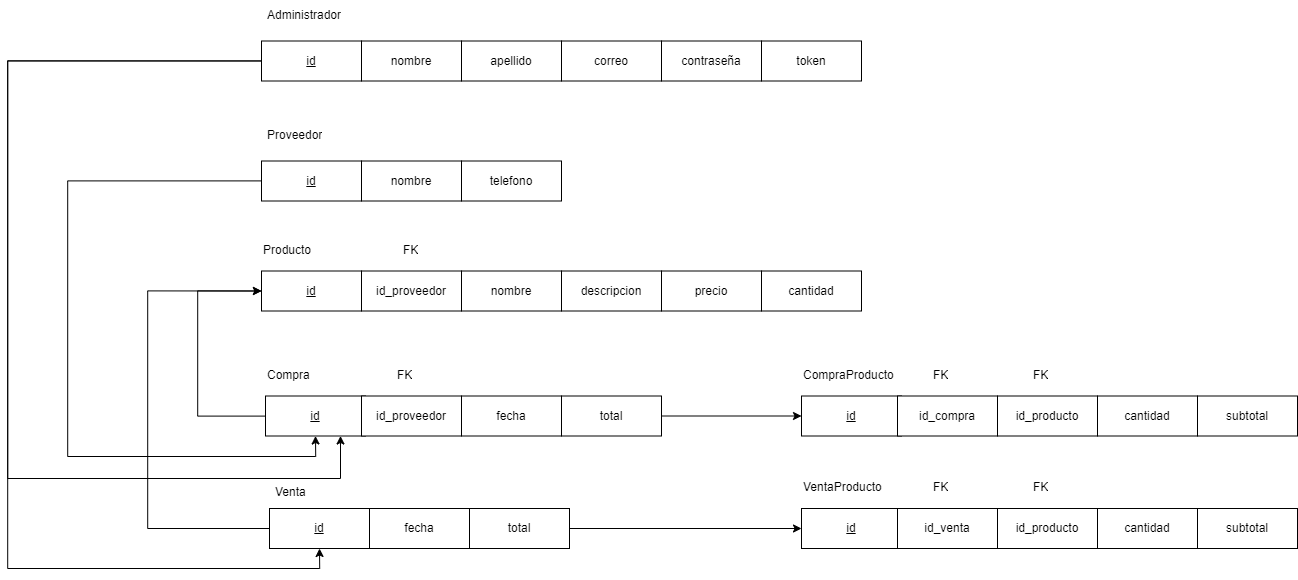
Tadeo-2404/FullStack-App-Vivero keeps this draw.io diagram as db_information/Modelo Relacional.png. Above is the earlier version. Source tidied: cells renumbered, new cells last; positions are measured from the earlier drawing's top-left corner, leaving out a move shared by most shapes. Its diagram source:
```xml
<mxGraphModel>
  <root>
    <mxCell id="0" />
    <mxCell id="1" parent="0" />
    <mxCell id="2" value="&lt;u&gt;id&lt;/u&gt;" style="rounded=0;whiteSpace=wrap;html=1;" parent="1" vertex="1">
      <mxGeometry x="254" y="270.5" width="100" height="40" as="geometry" />
    </mxCell>
    <mxCell id="3" value="Producto" style="text;strokeColor=none;fillColor=none;spacingLeft=4;spacingRight=4;overflow=hidden;fontSize=12;whiteSpace=wrap;html=1;" parent="1" vertex="1">
      <mxGeometry x="250" y="235.5" width="80" height="30" as="geometry" />
    </mxCell>
    <mxCell id="4" value="nombre" style="rounded=0;whiteSpace=wrap;html=1;" parent="1" vertex="1">
      <mxGeometry x="454" y="270.5" width="100" height="40" as="geometry" />
    </mxCell>
    <mxCell id="5" value="descripcion" style="rounded=0;whiteSpace=wrap;html=1;" parent="1" vertex="1">
      <mxGeometry x="554" y="270.5" width="100" height="40" as="geometry" />
    </mxCell>
    <mxCell id="6" value="precio" style="rounded=0;whiteSpace=wrap;html=1;" parent="1" vertex="1">
      <mxGeometry x="654" y="270.5" width="100" height="40" as="geometry" />
    </mxCell>
    <mxCell id="7" style="edgeStyle=orthogonalEdgeStyle;rounded=0;jettySize=auto;html=1;entryX=0.5;entryY=1;entryDx=0;entryDy=0;" parent="1" edge="1" source="8" target="22">
      <mxGeometry relative="1" as="geometry">
        <Array as="points">
          <mxPoint x="60" y="181" />
          <mxPoint x="60" y="456" />
          <mxPoint x="308" y="456" />
        </Array>
      </mxGeometry>
    </mxCell>
    <mxCell id="8" value="&lt;u&gt;id&lt;/u&gt;" style="rounded=0;whiteSpace=wrap;html=1;" parent="1" vertex="1">
      <mxGeometry x="254" y="160.5" width="100" height="40" as="geometry" />
    </mxCell>
    <mxCell id="9" value="Proveedor" style="text;strokeColor=none;fillColor=none;spacingLeft=4;spacingRight=4;overflow=hidden;fontSize=12;whiteSpace=wrap;html=1;" parent="1" vertex="1">
      <mxGeometry x="254" y="120.5" width="80" height="30" as="geometry" />
    </mxCell>
    <mxCell id="10" value="nombre" style="rounded=0;whiteSpace=wrap;html=1;" parent="1" vertex="1">
      <mxGeometry x="354" y="160.5" width="100" height="40" as="geometry" />
    </mxCell>
    <mxCell id="11" value="telefono" style="rounded=0;whiteSpace=wrap;html=1;" parent="1" vertex="1">
      <mxGeometry x="454" y="160.5" width="100" height="40" as="geometry" />
    </mxCell>
    <mxCell id="12" value="FK" style="text;strokeColor=none;fillColor=none;spacingLeft=4;spacingRight=4;overflow=hidden;fontSize=12;whiteSpace=wrap;html=1;" parent="1" vertex="1">
      <mxGeometry x="390" y="235.5" width="40" height="30" as="geometry" />
    </mxCell>
    <mxCell id="13" value="cantidad" style="rounded=0;whiteSpace=wrap;html=1;" parent="1" vertex="1">
      <mxGeometry x="754" y="270.5" width="100" height="40" as="geometry" />
    </mxCell>
    <mxCell id="14" value="id_proveedor" style="rounded=0;whiteSpace=wrap;html=1;" parent="1" vertex="1">
      <mxGeometry x="354" y="270.5" width="100" height="40" as="geometry" />
    </mxCell>
    <mxCell id="15" style="edgeStyle=orthogonalEdgeStyle;rounded=0;jettySize=auto;html=1;entryX=0;entryY=0.5;entryDx=0;entryDy=0;" parent="1" edge="1" source="16" target="2">
      <mxGeometry relative="1" as="geometry">
        <Array as="points">
          <mxPoint x="140" y="528" />
          <mxPoint x="140" y="290" />
        </Array>
      </mxGeometry>
    </mxCell>
    <mxCell id="16" value="&lt;u&gt;id&lt;/u&gt;" style="rounded=0;whiteSpace=wrap;html=1;" parent="1" vertex="1">
      <mxGeometry x="262" y="508" width="100" height="40" as="geometry" />
    </mxCell>
    <mxCell id="17" value="Venta" style="text;strokeColor=none;fillColor=none;spacingLeft=4;spacingRight=4;overflow=hidden;fontSize=12;whiteSpace=wrap;html=1;" parent="1" vertex="1">
      <mxGeometry x="262" y="478" width="80" height="30" as="geometry" />
    </mxCell>
    <mxCell id="18" value="fecha" style="rounded=0;whiteSpace=wrap;html=1;" parent="1" vertex="1">
      <mxGeometry x="362" y="508" width="100" height="40" as="geometry" />
    </mxCell>
    <mxCell id="19" style="edgeStyle=orthogonalEdgeStyle;rounded=0;jettySize=auto;html=1;entryX=0;entryY=0.5;entryDx=0;entryDy=0;" parent="1" edge="1" source="20" target="46">
      <mxGeometry relative="1" as="geometry" />
    </mxCell>
    <mxCell id="20" value="total" style="rounded=0;whiteSpace=wrap;html=1;" parent="1" vertex="1">
      <mxGeometry x="462" y="508" width="100" height="40" as="geometry" />
    </mxCell>
    <mxCell id="21" style="edgeStyle=orthogonalEdgeStyle;rounded=0;jettySize=auto;html=1;entryX=0;entryY=0.5;entryDx=0;entryDy=0;" parent="1" edge="1" source="22" target="2">
      <mxGeometry relative="1" as="geometry">
        <Array as="points">
          <mxPoint x="190" y="416" />
          <mxPoint x="190" y="290" />
        </Array>
      </mxGeometry>
    </mxCell>
    <mxCell id="22" value="&lt;u&gt;id&lt;/u&gt;" style="rounded=0;whiteSpace=wrap;html=1;" parent="1" vertex="1">
      <mxGeometry x="258" y="395.5" width="100" height="40" as="geometry" />
    </mxCell>
    <mxCell id="23" value="Compra" style="text;strokeColor=none;fillColor=none;spacingLeft=4;spacingRight=4;overflow=hidden;fontSize=12;whiteSpace=wrap;html=1;" parent="1" vertex="1">
      <mxGeometry x="254" y="360.5" width="80" height="30" as="geometry" />
    </mxCell>
    <mxCell id="24" value="fecha" style="rounded=0;whiteSpace=wrap;html=1;" parent="1" vertex="1">
      <mxGeometry x="454" y="395.5" width="100" height="40" as="geometry" />
    </mxCell>
    <mxCell id="25" style="edgeStyle=orthogonalEdgeStyle;rounded=0;jettySize=auto;html=1;entryX=0;entryY=0.5;entryDx=0;entryDy=0;" parent="1" edge="1" source="26" target="38">
      <mxGeometry relative="1" as="geometry" />
    </mxCell>
    <mxCell id="26" value="total" style="rounded=0;whiteSpace=wrap;html=1;" parent="1" vertex="1">
      <mxGeometry x="554" y="395.5" width="100" height="40" as="geometry" />
    </mxCell>
    <mxCell id="27" value="id_proveedor" style="rounded=0;whiteSpace=wrap;html=1;" parent="1" vertex="1">
      <mxGeometry x="354" y="395.5" width="100" height="40" as="geometry" />
    </mxCell>
    <mxCell id="28" value="FK" style="text;strokeColor=none;fillColor=none;spacingLeft=4;spacingRight=4;overflow=hidden;fontSize=12;whiteSpace=wrap;html=1;" parent="1" vertex="1">
      <mxGeometry x="384" y="360.5" width="40" height="30" as="geometry" />
    </mxCell>
    <mxCell id="29" style="edgeStyle=orthogonalEdgeStyle;rounded=0;jettySize=auto;html=1;entryX=0.5;entryY=1;entryDx=0;entryDy=0;" parent="1" edge="1" source="31" target="16">
      <mxGeometry relative="1" as="geometry">
        <Array as="points">
          <mxPoint y="60" />
          <mxPoint y="568" />
          <mxPoint x="312" y="568" />
        </Array>
      </mxGeometry>
    </mxCell>
    <mxCell id="30" style="edgeStyle=orthogonalEdgeStyle;rounded=0;jettySize=auto;html=1;exitX=0;exitY=0.5;exitDx=0;exitDy=0;entryX=0.75;entryY=1;entryDx=0;entryDy=0;" parent="1" edge="1" source="31" target="22">
      <mxGeometry relative="1" as="geometry">
        <Array as="points">
          <mxPoint y="61" />
          <mxPoint y="478" />
          <mxPoint x="333" y="478" />
        </Array>
      </mxGeometry>
    </mxCell>
    <mxCell id="31" value="&lt;u&gt;id&lt;/u&gt;" style="rounded=0;whiteSpace=wrap;html=1;" parent="1" vertex="1">
      <mxGeometry x="254" y="40.5" width="100" height="40" as="geometry" />
    </mxCell>
    <mxCell id="32" value="Administrador" style="text;strokeColor=none;fillColor=none;spacingLeft=4;spacingRight=4;overflow=hidden;fontSize=12;whiteSpace=wrap;html=1;" parent="1" vertex="1">
      <mxGeometry x="254" y="0.5" width="96" height="30" as="geometry" />
    </mxCell>
    <mxCell id="33" value="nombre" style="rounded=0;whiteSpace=wrap;html=1;" parent="1" vertex="1">
      <mxGeometry x="354" y="40.5" width="100" height="40" as="geometry" />
    </mxCell>
    <mxCell id="34" value="apellido" style="rounded=0;whiteSpace=wrap;html=1;" parent="1" vertex="1">
      <mxGeometry x="454" y="40.5" width="100" height="40" as="geometry" />
    </mxCell>
    <mxCell id="35" value="contraseña" style="rounded=0;whiteSpace=wrap;html=1;" parent="1" vertex="1">
      <mxGeometry x="654" y="40.5" width="100" height="40" as="geometry" />
    </mxCell>
    <mxCell id="36" value="correo" style="rounded=0;whiteSpace=wrap;html=1;" parent="1" vertex="1">
      <mxGeometry x="554" y="40.5" width="100" height="40" as="geometry" />
    </mxCell>
    <mxCell id="37" value="token" style="rounded=0;whiteSpace=wrap;html=1;" parent="1" vertex="1">
      <mxGeometry x="754" y="40.5" width="100" height="40" as="geometry" />
    </mxCell>
    <mxCell id="38" value="&lt;u&gt;id&lt;/u&gt;" style="rounded=0;whiteSpace=wrap;html=1;" parent="1" vertex="1">
      <mxGeometry x="794" y="395.5" width="100" height="40" as="geometry" />
    </mxCell>
    <mxCell id="39" value="CompraProducto" style="text;strokeColor=none;fillColor=none;spacingLeft=4;spacingRight=4;overflow=hidden;fontSize=12;whiteSpace=wrap;html=1;" parent="1" vertex="1">
      <mxGeometry x="790" y="360.5" width="110" height="30" as="geometry" />
    </mxCell>
    <mxCell id="40" value="cantidad" style="rounded=0;whiteSpace=wrap;html=1;" parent="1" vertex="1">
      <mxGeometry x="1090" y="395.5" width="100" height="40" as="geometry" />
    </mxCell>
    <mxCell id="41" value="subtotal" style="rounded=0;whiteSpace=wrap;html=1;" parent="1" vertex="1">
      <mxGeometry x="1190" y="395.5" width="100" height="40" as="geometry" />
    </mxCell>
    <mxCell id="42" value="id_compra" style="rounded=0;whiteSpace=wrap;html=1;" parent="1" vertex="1">
      <mxGeometry x="890" y="395.5" width="100" height="40" as="geometry" />
    </mxCell>
    <mxCell id="43" value="FK" style="text;strokeColor=none;fillColor=none;spacingLeft=4;spacingRight=4;overflow=hidden;fontSize=12;whiteSpace=wrap;html=1;" parent="1" vertex="1">
      <mxGeometry x="920" y="360.5" width="40" height="30" as="geometry" />
    </mxCell>
    <mxCell id="44" value="id_producto" style="rounded=0;whiteSpace=wrap;html=1;" parent="1" vertex="1">
      <mxGeometry x="990" y="395.5" width="100" height="40" as="geometry" />
    </mxCell>
    <mxCell id="45" value="FK" style="text;strokeColor=none;fillColor=none;spacingLeft=4;spacingRight=4;overflow=hidden;fontSize=12;whiteSpace=wrap;html=1;" parent="1" vertex="1">
      <mxGeometry x="1020" y="360.5" width="40" height="30" as="geometry" />
    </mxCell>
    <mxCell id="46" value="&lt;u&gt;id&lt;/u&gt;" style="rounded=0;whiteSpace=wrap;html=1;" parent="1" vertex="1">
      <mxGeometry x="794" y="508" width="100" height="40" as="geometry" />
    </mxCell>
    <mxCell id="47" value="VentaProducto" style="text;strokeColor=none;fillColor=none;spacingLeft=4;spacingRight=4;overflow=hidden;fontSize=12;whiteSpace=wrap;html=1;" parent="1" vertex="1">
      <mxGeometry x="790" y="473" width="110" height="30" as="geometry" />
    </mxCell>
    <mxCell id="48" value="cantidad" style="rounded=0;whiteSpace=wrap;html=1;" parent="1" vertex="1">
      <mxGeometry x="1090" y="508" width="100" height="40" as="geometry" />
    </mxCell>
    <mxCell id="49" value="subtotal" style="rounded=0;whiteSpace=wrap;html=1;" parent="1" vertex="1">
      <mxGeometry x="1190" y="508" width="100" height="40" as="geometry" />
    </mxCell>
    <mxCell id="50" value="id_venta" style="rounded=0;whiteSpace=wrap;html=1;" parent="1" vertex="1">
      <mxGeometry x="890" y="508" width="100" height="40" as="geometry" />
    </mxCell>
    <mxCell id="51" value="FK" style="text;strokeColor=none;fillColor=none;spacingLeft=4;spacingRight=4;overflow=hidden;fontSize=12;whiteSpace=wrap;html=1;" parent="1" vertex="1">
      <mxGeometry x="920" y="473" width="40" height="30" as="geometry" />
    </mxCell>
    <mxCell id="52" value="id_producto" style="rounded=0;whiteSpace=wrap;html=1;" parent="1" vertex="1">
      <mxGeometry x="990" y="508" width="100" height="40" as="geometry" />
    </mxCell>
    <mxCell id="53" value="FK" style="text;strokeColor=none;fillColor=none;spacingLeft=4;spacingRight=4;overflow=hidden;fontSize=12;whiteSpace=wrap;html=1;" parent="1" vertex="1">
      <mxGeometry x="1020" y="473" width="40" height="30" as="geometry" />
    </mxCell>
  </root>
</mxGraphModel>
```
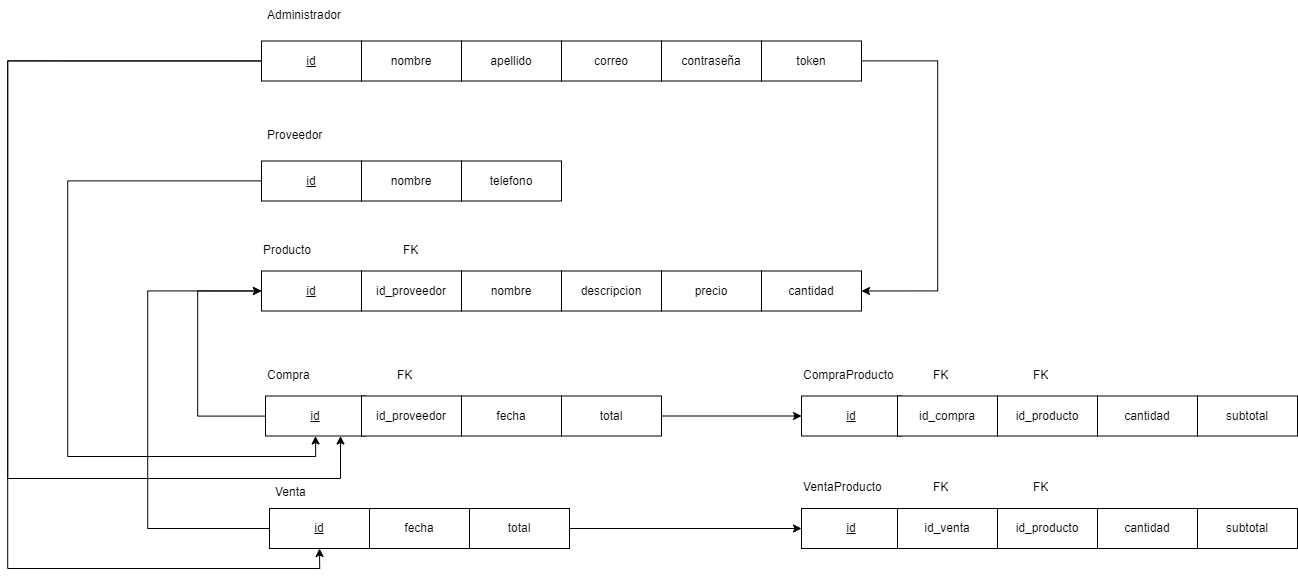
After the commit.

Commit message:
Actualizando modelo relacional

The edit, as a diff of the source:
```diff
@@ -135,6 +135,14 @@
     <mxCell id="36" value="correo" style="rounded=0;whiteSpace=wrap;html=1;" parent="1" vertex="1">
       <mxGeometry x="554" y="40.5" width="100" height="40" as="geometry" />
     </mxCell>
+    <mxCell id="54" style="edgeStyle=orthogonalEdgeStyle;rounded=0;jettySize=auto;html=1;entryX=1;entryY=0.5;entryDx=0;entryDy=0;" parent="1" edge="1" source="37" target="13">
+      <mxGeometry relative="1" as="geometry">
+        <Array as="points">
+          <mxPoint x="930" y="60" />
+          <mxPoint x="930" y="290" />
+        </Array>
+      </mxGeometry>
+    </mxCell>
     <mxCell id="37" value="token" style="rounded=0;whiteSpace=wrap;html=1;" parent="1" vertex="1">
       <mxGeometry x="754" y="40.5" width="100" height="40" as="geometry" />
     </mxCell>
```
